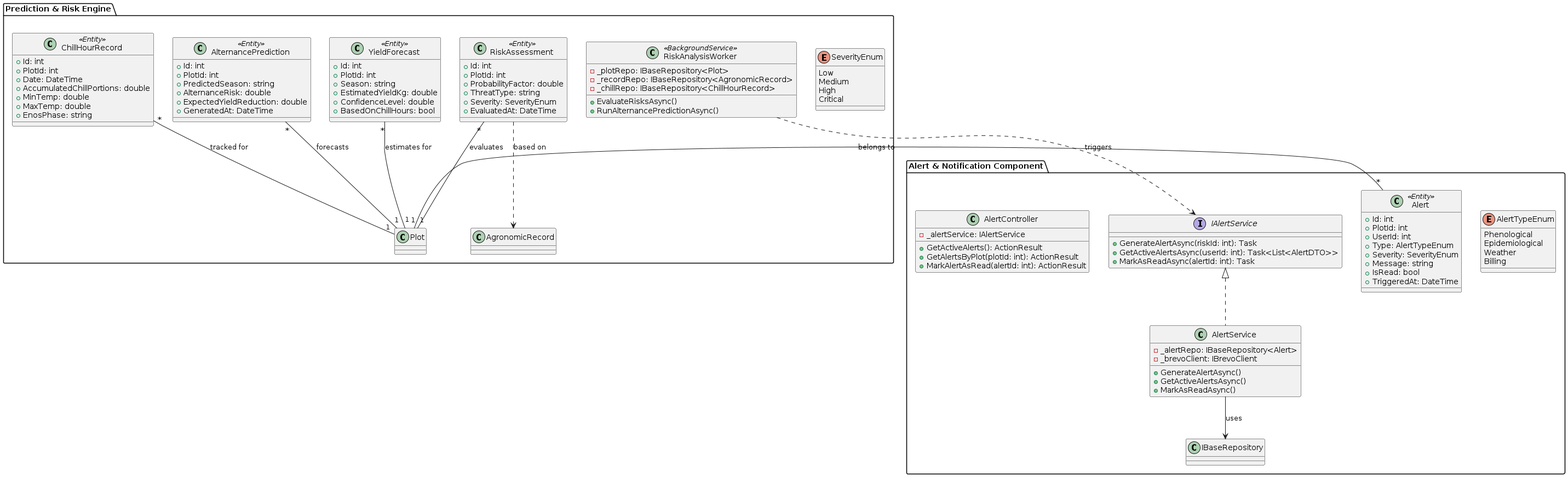
upc-pre-1asi0730-2610-10215-arcadiadevs/viora-report keeps this PlantUML diagram as report/assets/class-diagrams/prediction-risk-engine-and-alert-components-diagram.png. Above is the earlier version.
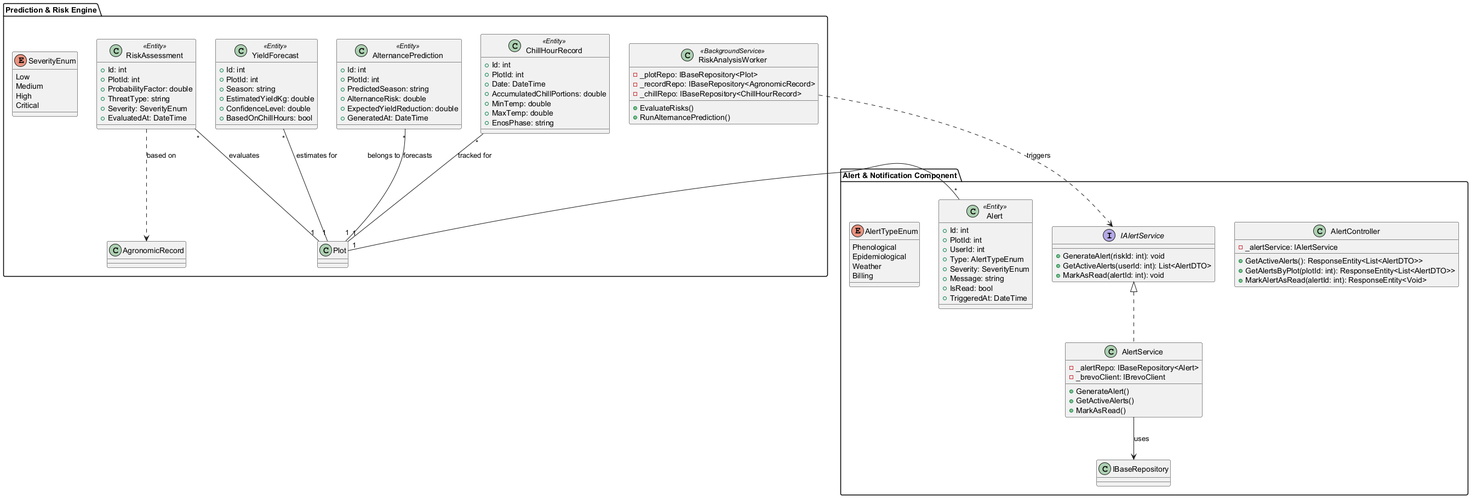
After the change.

The edit, as a diff of the source:
```diff
@@ -4,8 +4,8 @@
         - _plotRepo: IBaseRepository<Plot>
         - _recordRepo: IBaseRepository<AgronomicRecord>
         - _chillRepo: IBaseRepository<ChillHourRecord>
-        + EvaluateRisksAsync()
-        + RunAlternancePredictionAsync()
+        + EvaluateRisks()
+        + RunAlternancePrediction()
     }
 
     class ChillHourRecord <<Entity>> {
@@ -62,23 +62,23 @@
 package "Alert & Notification Component" {
     class AlertController {
         - _alertService: IAlertService
-        + GetActiveAlerts(): ActionResult
-        + GetAlertsByPlot(plotId: int): ActionResult
-        + MarkAlertAsRead(alertId: int): ActionResult
+        + GetActiveAlerts(): ResponseEntity<List<AlertDTO>>
+        + GetAlertsByPlot(plotId: int): ResponseEntity<List<AlertDTO>>
+        + MarkAlertAsRead(alertId: int): ResponseEntity<Void>
     }
 
     interface IAlertService {
-        + GenerateAlertAsync(riskId: int): Task
-        + GetActiveAlertsAsync(userId: int): Task<List<AlertDTO>>
-        + MarkAsReadAsync(alertId: int): Task
+        + GenerateAlert(riskId: int): void
+        + GetActiveAlerts(userId: int): List<AlertDTO>
+        + MarkAsRead(alertId: int): void
     }
 
     class AlertService {
         - _alertRepo: IBaseRepository<Alert>
         - _brevoClient: IBrevoClient
-        + GenerateAlertAsync()
-        + GetActiveAlertsAsync()
-        + MarkAsReadAsync()
+        + GenerateAlert()
+        + GetActiveAlerts()
+        + MarkAsRead()
     }
 
     class Alert <<Entity>> {
```
